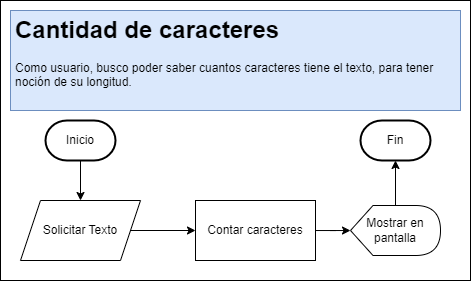
Alfacoy/Diagramas keeps this draw.io diagram as webtools/CantidadDeCaracteres.png. Above is the earlier version. Source tidied: cells renumbered, new cells last; positions are measured from the earlier drawing's top-left corner, leaving out a move shared by most shapes.
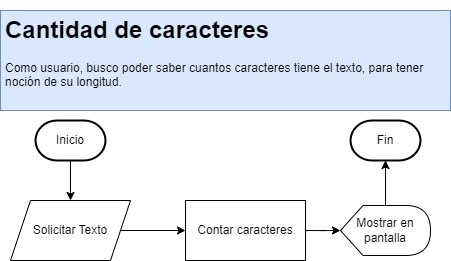
The same file after the commit.

The edit, as a diff of the source:
```diff
@@ -2,9 +2,6 @@
   <root>
     <mxCell id="0" />
     <mxCell id="1" parent="0" />
-    <mxCell id="2" style="rounded=0;whiteSpace=wrap;html=1;fillStyle=solid;" parent="1" vertex="1">
-      <mxGeometry width="470" height="280" as="geometry" />
-    </mxCell>
     <mxCell id="3" value="&lt;h1&gt;Cantidad de caracteres&lt;/h1&gt;&lt;p&gt;Como usuario, busco poder saber cuantos caracteres tiene el texto, para tener noción de su longitud.&lt;/p&gt;" style="text;html=1;strokeColor=#6c8ebf;fillColor=#dae8fc;spacing=5;spacingTop=-20;whiteSpace=wrap;overflow=hidden;rounded=0;" parent="1" vertex="1">
       <mxGeometry x="10" y="10" width="450" height="100" as="geometry" />
     </mxCell>
@@ -13,28 +10,28 @@
         <mxPoint x="80" y="200" as="targetPoint" />
       </mxGeometry>
     </mxCell>
-    <mxCell id="5" value="Inicio" style="strokeWidth=2;html=1;shape=mxgraph.flowchart.terminator;whiteSpace=wrap;rounded=0;fillColor=none;" parent="1" vertex="1">
+    <mxCell id="5" value="Inicio" style="strokeWidth=2;html=1;shape=mxgraph.flowchart.terminator;whiteSpace=wrap;rounded=0;fillColor=default;" parent="1" vertex="1">
       <mxGeometry x="45" y="120" width="70" height="40" as="geometry" />
     </mxCell>
     <mxCell id="6" style="edgeStyle=orthogonalEdgeStyle;rounded=0;jettySize=auto;html=1;" parent="1" edge="1" source="7" target="11">
       <mxGeometry relative="1" as="geometry" />
     </mxCell>
-    <mxCell id="7" value="Contar caracteres" style="rounded=0;whiteSpace=wrap;html=1;fillColor=none;" parent="1" vertex="1">
+    <mxCell id="7" value="Contar caracteres" style="rounded=0;whiteSpace=wrap;html=1;fillColor=default;" parent="1" vertex="1">
       <mxGeometry x="195" y="200" width="120" height="60" as="geometry" />
     </mxCell>
     <mxCell id="8" style="edgeStyle=orthogonalEdgeStyle;rounded=0;jettySize=auto;html=1;" parent="1" edge="1" source="9" target="7">
       <mxGeometry relative="1" as="geometry" />
     </mxCell>
-    <mxCell id="9" value="Solicitar Texto" style="shape=parallelogram;perimeter=parallelogramPerimeter;whiteSpace=wrap;html=1;fixedSize=1;rounded=0;fillColor=none;" parent="1" vertex="1">
+    <mxCell id="9" value="Solicitar Texto" style="shape=parallelogram;perimeter=parallelogramPerimeter;whiteSpace=wrap;html=1;fixedSize=1;rounded=0;fillColor=default;" parent="1" vertex="1">
       <mxGeometry x="20" y="200" width="120" height="60" as="geometry" />
     </mxCell>
     <mxCell id="10" style="edgeStyle=orthogonalEdgeStyle;rounded=0;jettySize=auto;html=1;" parent="1" edge="1" source="11" target="12">
       <mxGeometry relative="1" as="geometry" />
     </mxCell>
-    <mxCell id="11" value="Mostrar en pantalla" style="shape=display;whiteSpace=wrap;html=1;rounded=0;fillColor=none;" parent="1" vertex="1">
+    <mxCell id="11" value="Mostrar en pantalla" style="shape=display;whiteSpace=wrap;html=1;rounded=0;fillColor=default;" parent="1" vertex="1">
       <mxGeometry x="350" y="205" width="90" height="50" as="geometry" />
     </mxCell>
-    <mxCell id="12" value="Fin" style="strokeWidth=2;html=1;shape=mxgraph.flowchart.terminator;whiteSpace=wrap;rounded=0;fillColor=none;" parent="1" vertex="1">
+    <mxCell id="12" value="Fin" style="strokeWidth=2;html=1;shape=mxgraph.flowchart.terminator;whiteSpace=wrap;rounded=0;fillColor=default;" parent="1" vertex="1">
       <mxGeometry x="360" y="120" width="70" height="40" as="geometry" />
     </mxCell>
   </root>
```
